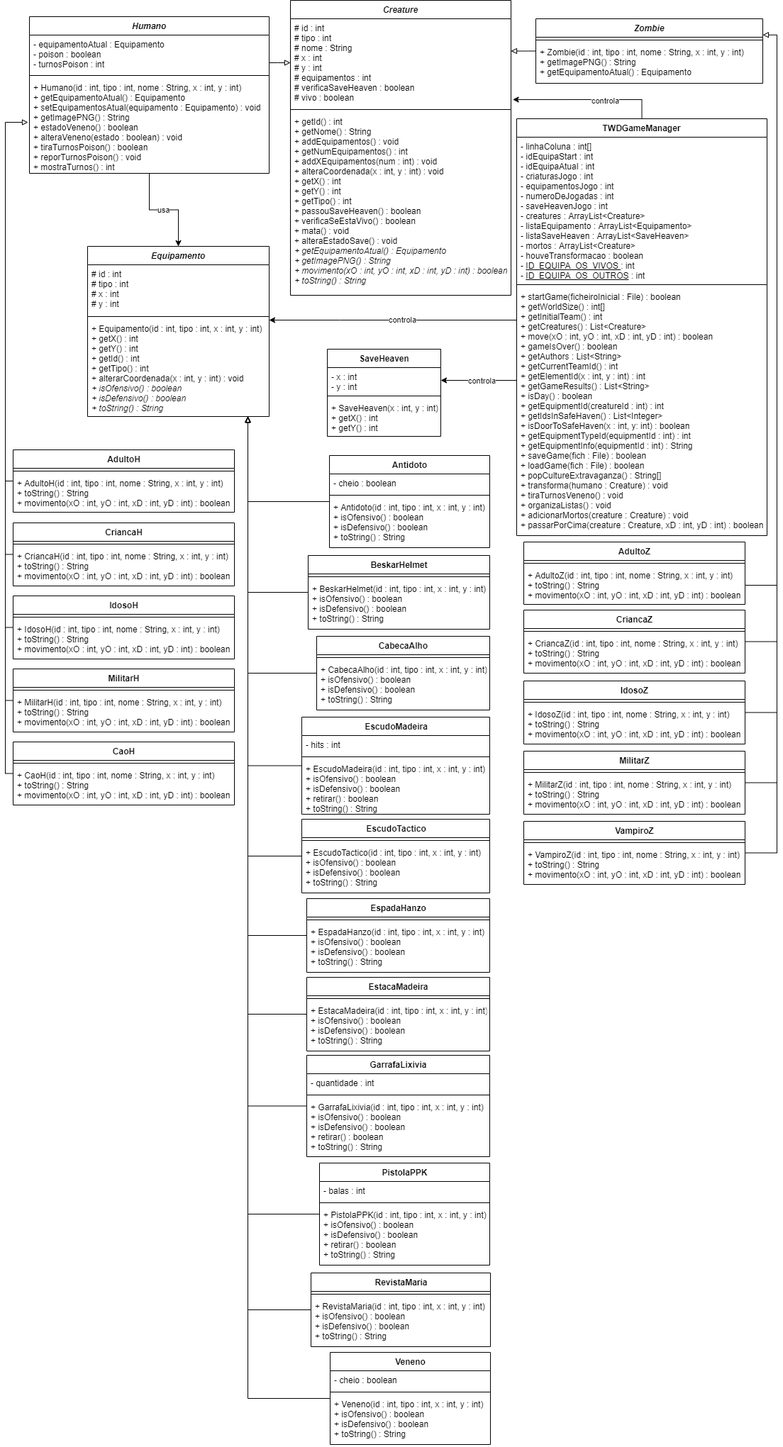
Before: diagrama.png, a diagram exported from draw.io (Pedro-Costa-Uni-Projects/LP2-21904825_21904536). Source tidied: cells renumbered, new cells last; positions are measured from the earlier drawing's top-left corner, leaving out a move shared by most shapes.
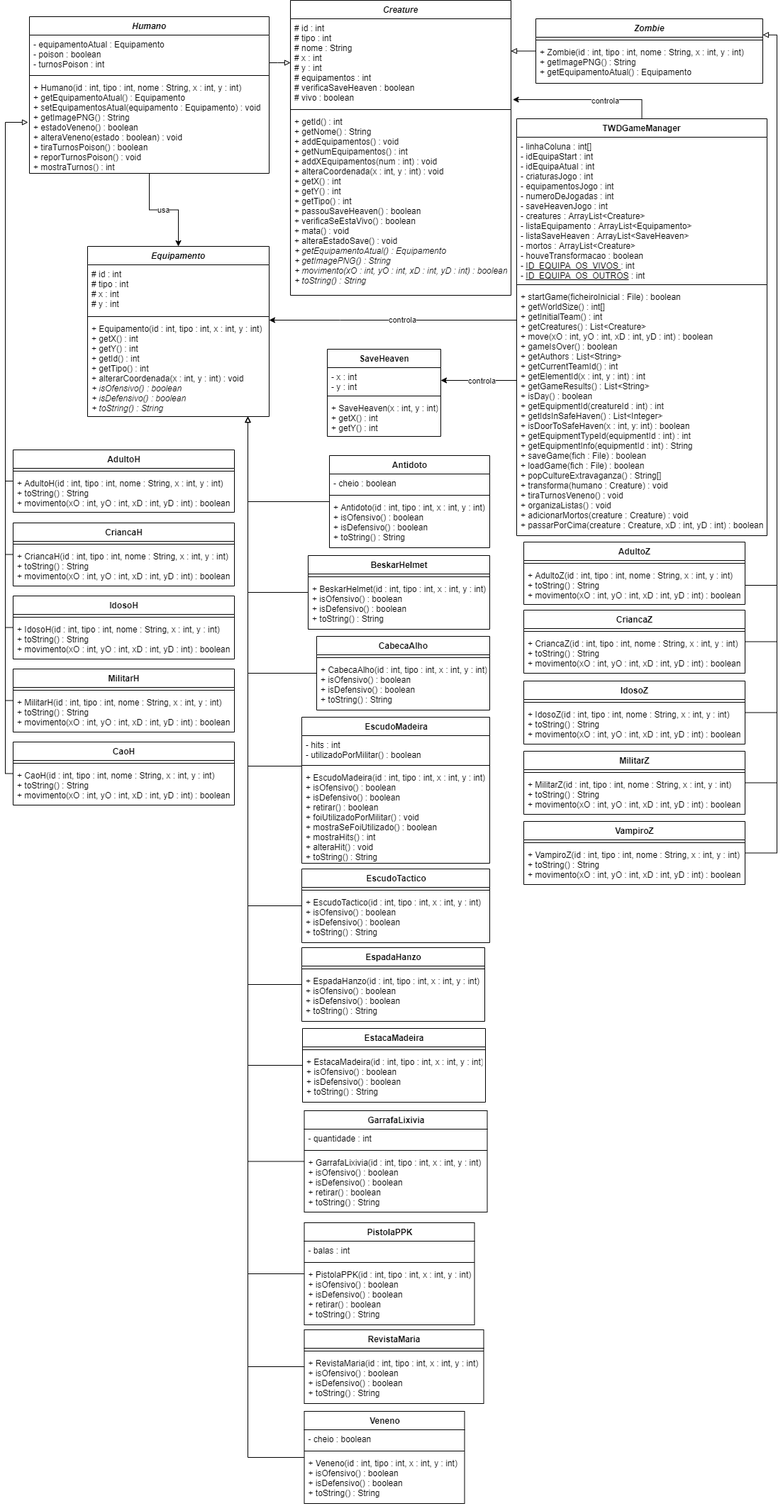
Later version of the same file.

Commit message:
Camel Case Falha e Update UML

The edit, as a diff of the source:
```diff
@@ -186,26 +186,24 @@
       </mxGeometry>
     </mxCell>
     <mxCell id="49" value="EscudoMadeira" style="swimlane;fontStyle=1;align=center;verticalAlign=top;horizontal=1;startSize=26;html=1;" parent="1" vertex="1">
-      <mxGeometry x="418" y="1011" width="265" height="137" as="geometry" />
+      <mxGeometry x="418" y="1011" width="265" height="206" as="geometry" />
     </mxCell>
-    <mxCell id="50" value="- hits : int" style="text;strokeColor=none;fillColor=none;align=left;verticalAlign=top;spacingLeft=4;spacingRight=4;overflow=hidden;" parent="49" vertex="1">
-      <mxGeometry y="26" width="265" height="26" as="geometry" />
+    <mxCell id="50" value="- hits : int&#10;- utilizadoPorMilitar() : boolean" style="text;strokeColor=none;fillColor=none;align=left;verticalAlign=top;spacingLeft=4;spacingRight=4;overflow=hidden;" parent="49" vertex="1">
+      <mxGeometry y="26" width="265" height="38" as="geometry" />
     </mxCell>
     <mxCell id="51" style="line;strokeWidth=1;fillColor=none;align=left;verticalAlign=middle;spacingTop=-1;spacingLeft=3;spacingRight=3;labelPosition=right;" parent="49" vertex="1">
-      <mxGeometry y="52" width="265" height="8" as="geometry" />
+      <mxGeometry y="64" width="265" height="8" as="geometry" />
     </mxCell>
-    <mxCell id="52" value="+ EscudoMadeira(id : int, tipo : int, x : int, y : int)&#10;+ isOfensivo() : boolean&#10;+ isDefensivo() : boolean&#10;+ retirar() : boolean&#10;+ toString() : String" style="text;strokeColor=none;fillColor=none;align=left;verticalAlign=top;spacingLeft=4;spacingRight=4;overflow=hidden;" parent="49" vertex="1">
-      <mxGeometry y="60" width="265" height="77" as="geometry" />
+    <mxCell id="52" value="+ EscudoMadeira(id : int, tipo : int, x : int, y : int)&#10;+ isOfensivo() : boolean&#10;+ isDefensivo() : boolean&#10;+ retirar() : boolean&#10;+ foiUtilizadoPorMilitar() : void&#10;+ mostraSeFoiUtilizado() : boolean&#10;+ mostraHits() : int&#10;+ alteraHit() : void&#10;+ toString() : String" style="text;strokeColor=none;fillColor=none;align=left;verticalAlign=top;spacingLeft=4;spacingRight=4;overflow=hidden;" parent="49" vertex="1">
+      <mxGeometry y="72" width="265" height="134" as="geometry" />
     </mxCell>
-    <mxCell id="53" style="edgeStyle=orthogonalEdgeStyle;rounded=0;jettySize=auto;html=1;endArrow=block;endFill=0;" parent="1" edge="1" source="54" target="13">
-      <mxGeometry relative="1" as="geometry">
-        <Array as="points">
-          <mxPoint x="342" y="1207" />
-        </Array>
-      </mxGeometry>
-    </mxCell>
+    <mxCell id="124" style="edgeStyle=orthogonalEdgeStyle;rounded=0;jettySize=auto;html=1;endArrow=none;endFill=0;" parent="1" edge="1" source="54">
+      <mxGeometry relative="1" as="geometry">
+        <mxPoint x="342" y="1016" as="targetPoint" />
+      </mxGeometry>
+    </mxCell>
     <mxCell id="54" value="EscudoTactico" style="swimlane;fontStyle=1;align=center;verticalAlign=top;horizontal=1;startSize=26;html=1;" parent="1" vertex="1">
-      <mxGeometry x="418" y="1155" width="265" height="104" as="geometry" />
+      <mxGeometry x="418" y="1225" width="265" height="104" as="geometry" />
     </mxCell>
     <mxCell id="55" style="line;strokeWidth=1;fillColor=none;align=left;verticalAlign=middle;spacingTop=-1;spacingLeft=3;spacingRight=3;labelPosition=right;" parent="54" vertex="1">
       <mxGeometry y="26" width="265" height="8" as="geometry" />
@@ -213,15 +211,13 @@
     <mxCell id="56" value="+ EscudoTactico(id : int, tipo : int, x : int, y : int)&#10;+ isOfensivo() : boolean&#10;+ isDefensivo() : boolean&#10;+ toString() : String" style="text;strokeColor=none;fillColor=none;align=left;verticalAlign=top;spacingLeft=4;spacingRight=4;overflow=hidden;" parent="54" vertex="1">
       <mxGeometry y="34" width="265" height="70" as="geometry" />
     </mxCell>
-    <mxCell id="57" style="edgeStyle=orthogonalEdgeStyle;rounded=0;jettySize=auto;html=1;endArrow=block;endFill=0;" parent="1" edge="1" source="58" target="13">
-      <mxGeometry relative="1" as="geometry">
-        <Array as="points">
-          <mxPoint x="342" y="1319" />
-        </Array>
-      </mxGeometry>
-    </mxCell>
+    <mxCell id="125" style="edgeStyle=orthogonalEdgeStyle;rounded=0;jettySize=auto;html=1;endArrow=none;endFill=0;" parent="1" edge="1" source="58">
+      <mxGeometry relative="1" as="geometry">
+        <mxPoint x="342" y="1200" as="targetPoint" />
+      </mxGeometry>
+    </mxCell>
     <mxCell id="58" value="EspadaHanzo" style="swimlane;fontStyle=1;align=center;verticalAlign=top;horizontal=1;startSize=26;html=1;" parent="1" vertex="1">
-      <mxGeometry x="425" y="1267" width="258" height="104" as="geometry" />
+      <mxGeometry x="418" y="1336" width="258" height="104" as="geometry" />
     </mxCell>
     <mxCell id="59" style="line;strokeWidth=1;fillColor=none;align=left;verticalAlign=middle;spacingTop=-1;spacingLeft=3;spacingRight=3;labelPosition=right;" parent="58" vertex="1">
       <mxGeometry y="26" width="258" height="8" as="geometry" />
@@ -229,15 +225,13 @@
     <mxCell id="60" value="+ EspadaHanzo(id : int, tipo : int, x : int, y : int)&#10;+ isOfensivo() : boolean&#10;+ isDefensivo() : boolean&#10;+ toString() : String" style="text;strokeColor=none;fillColor=none;align=left;verticalAlign=top;spacingLeft=4;spacingRight=4;overflow=hidden;" parent="58" vertex="1">
       <mxGeometry y="34" width="258" height="70" as="geometry" />
     </mxCell>
-    <mxCell id="61" style="edgeStyle=orthogonalEdgeStyle;rounded=0;jettySize=auto;html=1;endArrow=block;endFill=0;" parent="1" edge="1" source="62" target="13">
-      <mxGeometry relative="1" as="geometry">
-        <Array as="points">
-          <mxPoint x="342" y="1430" />
-        </Array>
-      </mxGeometry>
-    </mxCell>
+    <mxCell id="126" style="edgeStyle=orthogonalEdgeStyle;rounded=0;jettySize=auto;html=1;endArrow=none;endFill=0;" parent="1" edge="1" source="62">
+      <mxGeometry relative="1" as="geometry">
+        <mxPoint x="342" y="1307" as="targetPoint" />
+      </mxGeometry>
+    </mxCell>
     <mxCell id="62" value="EstacaMadeira" style="swimlane;fontStyle=1;align=center;verticalAlign=top;horizontal=1;startSize=26;html=1;" parent="1" vertex="1">
-      <mxGeometry x="425" y="1378" width="258" height="104" as="geometry" />
+      <mxGeometry x="419" y="1450" width="258" height="104" as="geometry" />
     </mxCell>
     <mxCell id="63" style="line;strokeWidth=1;fillColor=none;align=left;verticalAlign=middle;spacingTop=-1;spacingLeft=3;spacingRight=3;labelPosition=right;" parent="62" vertex="1">
       <mxGeometry y="26" width="258" height="8" as="geometry" />
@@ -245,15 +239,13 @@
     <mxCell id="64" value="+ EstacaMadeira(id : int, tipo : int, x : int, y : int)&#10;+ isOfensivo() : boolean&#10;+ isDefensivo() : boolean&#10;+ toString() : String" style="text;strokeColor=none;fillColor=none;align=left;verticalAlign=top;spacingLeft=4;spacingRight=4;overflow=hidden;" parent="62" vertex="1">
       <mxGeometry y="34" width="258" height="70" as="geometry" />
     </mxCell>
-    <mxCell id="65" style="edgeStyle=orthogonalEdgeStyle;rounded=0;jettySize=auto;html=1;endArrow=block;endFill=0;" parent="1" edge="1" source="66" target="13">
-      <mxGeometry relative="1" as="geometry">
-        <Array as="points">
-          <mxPoint x="342" y="1560" />
-        </Array>
-      </mxGeometry>
-    </mxCell>
+    <mxCell id="127" style="edgeStyle=orthogonalEdgeStyle;rounded=0;jettySize=auto;html=1;endArrow=none;endFill=0;" parent="1" edge="1" source="66">
+      <mxGeometry relative="1" as="geometry">
+        <mxPoint x="342" y="1450" as="targetPoint" />
+      </mxGeometry>
+    </mxCell>
     <mxCell id="66" value="GarrafaLixivia" style="swimlane;fontStyle=1;align=center;verticalAlign=top;horizontal=1;startSize=26;html=1;" parent="1" vertex="1">
-      <mxGeometry x="425" y="1488" width="258" height="143" as="geometry" />
+      <mxGeometry x="421.5" y="1566" width="258" height="143" as="geometry" />
     </mxCell>
     <mxCell id="67" value="- quantidade : int" style="text;strokeColor=none;fillColor=none;align=left;verticalAlign=top;spacingLeft=4;spacingRight=4;overflow=hidden;" parent="66" vertex="1">
       <mxGeometry y="26" width="258" height="26" as="geometry" />
@@ -264,15 +256,13 @@
     <mxCell id="69" value="+ GarrafaLixivia(id : int, tipo : int, x : int, y : int)&#10;+ isOfensivo() : boolean&#10;+ isDefensivo() : boolean&#10;+ retirar() : boolean&#10;+ toString() : String" style="text;strokeColor=none;fillColor=none;align=left;verticalAlign=top;spacingLeft=4;spacingRight=4;overflow=hidden;" parent="66" vertex="1">
       <mxGeometry y="60" width="258" height="83" as="geometry" />
     </mxCell>
-    <mxCell id="70" style="edgeStyle=orthogonalEdgeStyle;rounded=0;jettySize=auto;html=1;endArrow=block;endFill=0;" parent="1" edge="1" source="71" target="13">
-      <mxGeometry relative="1" as="geometry">
-        <Array as="points">
-          <mxPoint x="342" y="1712" />
-        </Array>
-      </mxGeometry>
-    </mxCell>
+    <mxCell id="128" style="edgeStyle=orthogonalEdgeStyle;rounded=0;jettySize=auto;html=1;endArrow=none;endFill=0;" parent="1" edge="1" source="71">
+      <mxGeometry relative="1" as="geometry">
+        <mxPoint x="342" y="1581" as="targetPoint" />
+      </mxGeometry>
+    </mxCell>
     <mxCell id="71" value="PistolaPPK" style="swimlane;fontStyle=1;align=center;verticalAlign=top;horizontal=1;startSize=26;html=1;" parent="1" vertex="1">
-      <mxGeometry x="443" y="1640" width="240" height="144" as="geometry" />
+      <mxGeometry x="421.5" y="1724" width="240" height="144" as="geometry" />
     </mxCell>
     <mxCell id="72" value="- balas : int" style="text;strokeColor=none;fillColor=none;align=left;verticalAlign=top;spacingLeft=4;spacingRight=4;overflow=hidden;" parent="71" vertex="1">
       <mxGeometry y="26" width="240" height="26" as="geometry" />
@@ -283,15 +273,13 @@
     <mxCell id="74" value="+ PistolaPPK(id : int, tipo : int, x : int, y : int)&#10;+ isOfensivo() : boolean&#10;+ isDefensivo() : boolean&#10;+ retirar() : boolean&#10;+ toString() : String" style="text;strokeColor=none;fillColor=none;align=left;verticalAlign=top;spacingLeft=4;spacingRight=4;overflow=hidden;" parent="71" vertex="1">
       <mxGeometry y="60" width="240" height="84" as="geometry" />
     </mxCell>
-    <mxCell id="75" style="edgeStyle=orthogonalEdgeStyle;rounded=0;jettySize=auto;html=1;endArrow=block;endFill=0;" parent="1" edge="1" source="76" target="13">
-      <mxGeometry relative="1" as="geometry">
-        <Array as="points">
-          <mxPoint x="342" y="1847" />
-        </Array>
-      </mxGeometry>
-    </mxCell>
+    <mxCell id="129" style="edgeStyle=orthogonalEdgeStyle;rounded=0;jettySize=auto;html=1;endArrow=none;endFill=0;" parent="1" edge="1" source="76">
+      <mxGeometry relative="1" as="geometry">
+        <mxPoint x="342" y="1728" as="targetPoint" />
+      </mxGeometry>
+    </mxCell>
     <mxCell id="76" value="RevistaMaria" style="swimlane;fontStyle=1;align=center;verticalAlign=top;horizontal=1;startSize=26;html=1;" parent="1" vertex="1">
-      <mxGeometry x="431" y="1795" width="253" height="104" as="geometry" />
+      <mxGeometry x="421.5" y="1875" width="253" height="104" as="geometry" />
     </mxCell>
     <mxCell id="77" style="line;strokeWidth=1;fillColor=none;align=left;verticalAlign=middle;spacingTop=-1;spacingLeft=3;spacingRight=3;labelPosition=right;" parent="76" vertex="1">
       <mxGeometry y="26" width="253" height="8" as="geometry" />
@@ -299,15 +287,13 @@
     <mxCell id="78" value="+ RevistaMaria(id : int, tipo : int, x : int, y : int)&#10;+ isOfensivo() : boolean&#10;+ isDefensivo() : boolean&#10;+ toString() : String" style="text;strokeColor=none;fillColor=none;align=left;verticalAlign=top;spacingLeft=4;spacingRight=4;overflow=hidden;" parent="76" vertex="1">
       <mxGeometry y="34" width="253" height="70" as="geometry" />
     </mxCell>
-    <mxCell id="79" style="edgeStyle=orthogonalEdgeStyle;rounded=0;jettySize=auto;html=1;endArrow=block;endFill=0;" parent="1" edge="1" source="80" target="13">
-      <mxGeometry relative="1" as="geometry">
-        <Array as="points">
-          <mxPoint x="342" y="1972" />
-        </Array>
-      </mxGeometry>
-    </mxCell>
+    <mxCell id="130" style="edgeStyle=orthogonalEdgeStyle;rounded=0;jettySize=auto;html=1;endArrow=none;endFill=0;" parent="1" edge="1" source="80">
+      <mxGeometry relative="1" as="geometry">
+        <mxPoint x="342" y="1839" as="targetPoint" />
+      </mxGeometry>
+    </mxCell>
     <mxCell id="80" value="Veneno" style="swimlane;fontStyle=1;align=center;verticalAlign=top;horizontal=1;startSize=26;html=1;" parent="1" vertex="1">
-      <mxGeometry x="458" y="1907" width="226" height="130" as="geometry" />
+      <mxGeometry x="421.5" y="1990" width="226" height="130" as="geometry" />
     </mxCell>
     <mxCell id="81" value="- cheio : boolean" style="text;strokeColor=none;fillColor=none;align=left;verticalAlign=top;spacingLeft=4;spacingRight=4;overflow=hidden;" parent="80" vertex="1">
       <mxGeometry y="26" width="226" height="26" as="geometry" />
```
